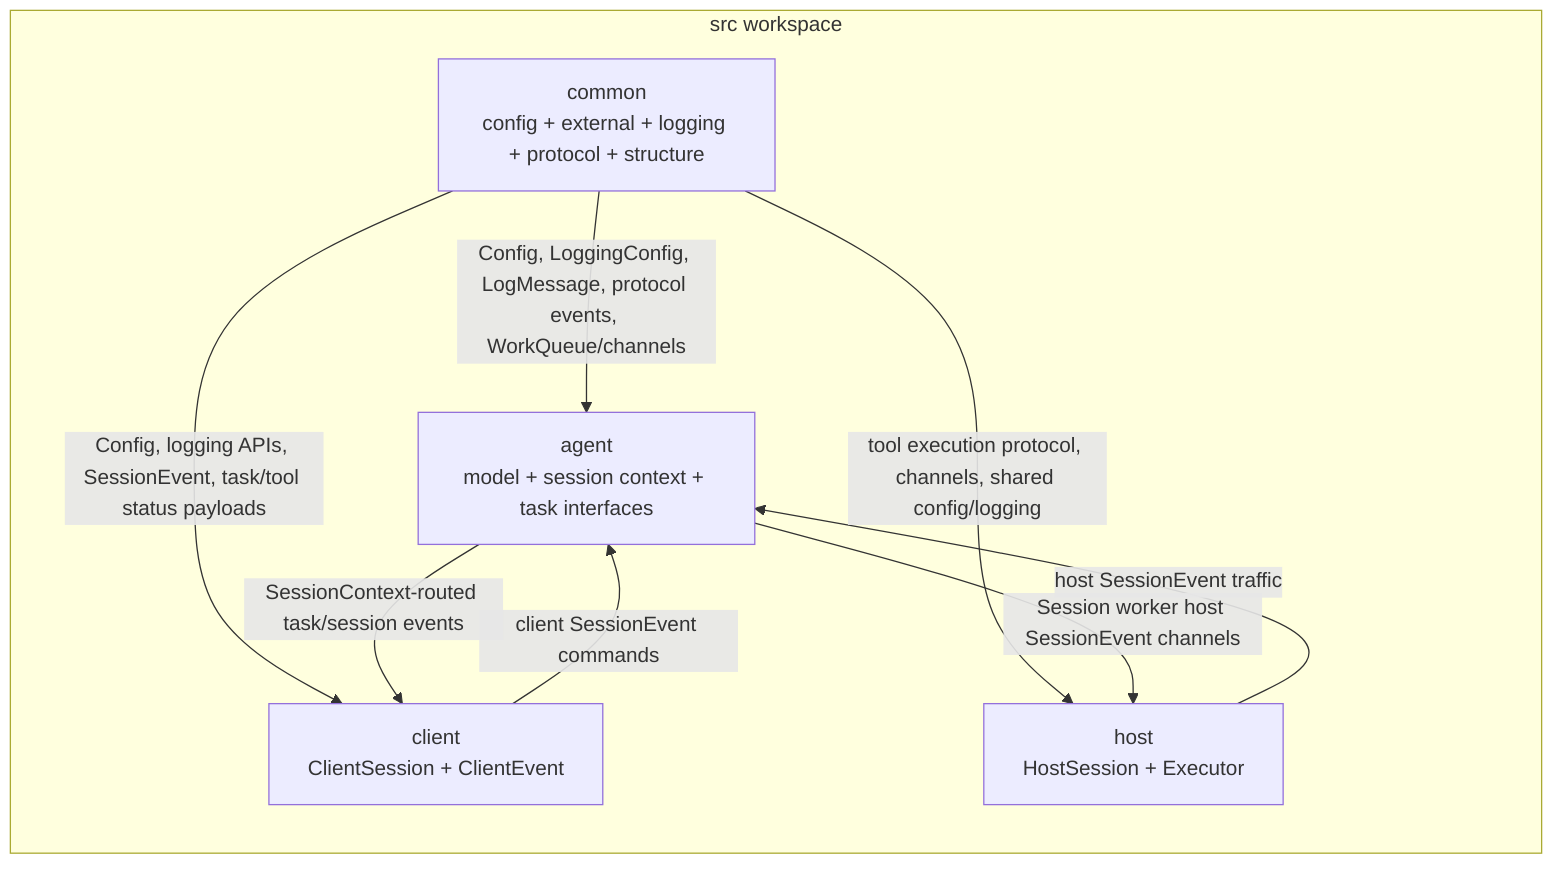
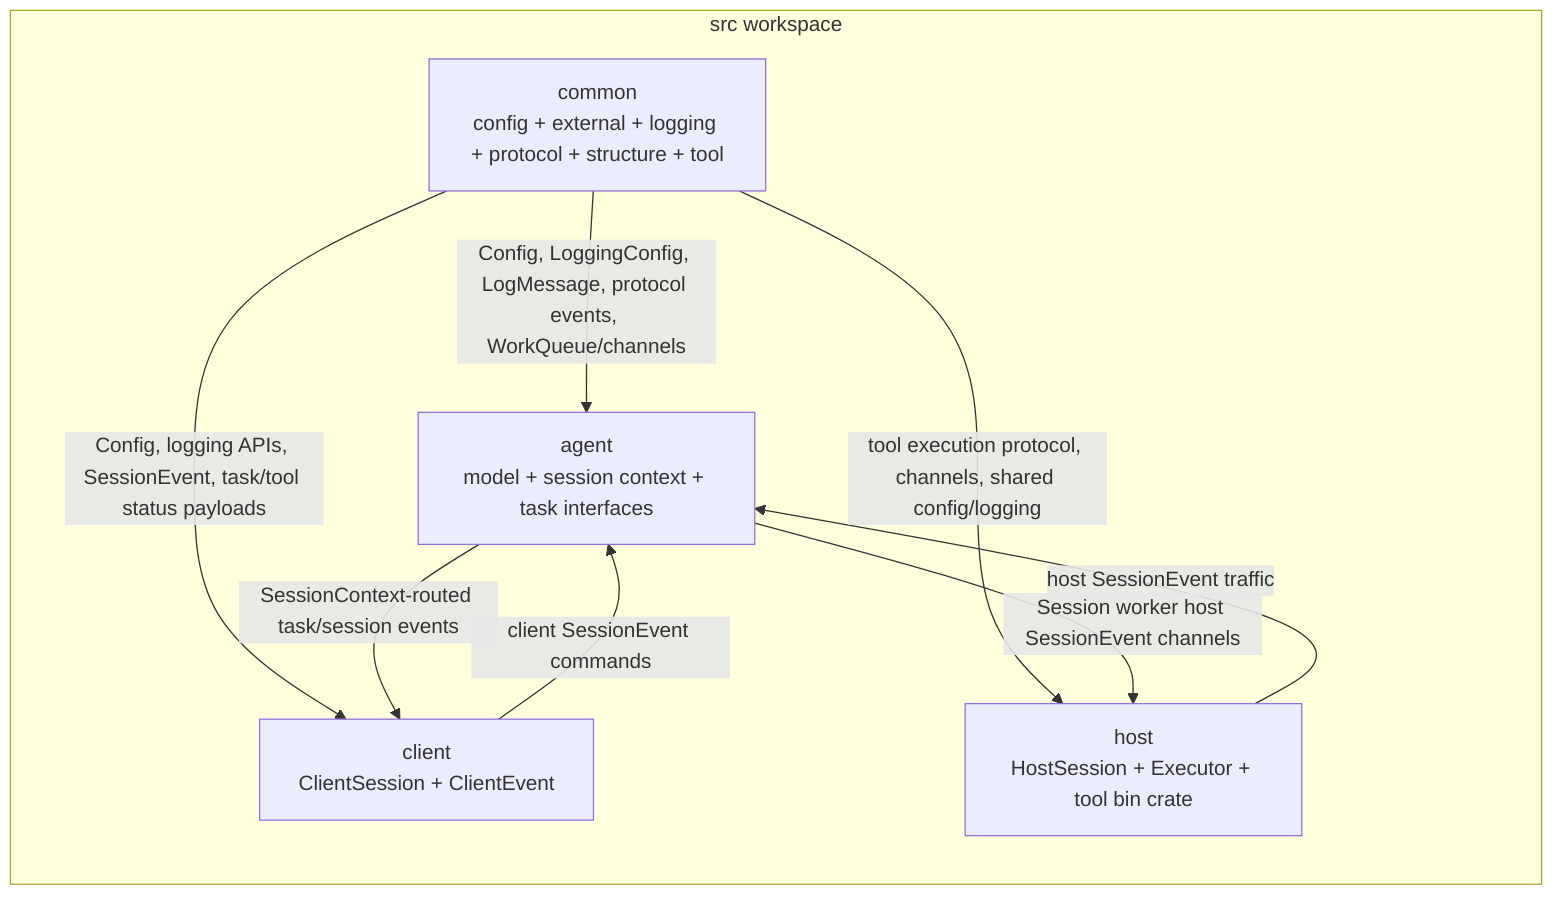
flowchart LR
  %% Flat Cargo crate layout; crate roots wire child modules while concrete APIs live below them.
  subgraph workspace[src workspace]
-     Common["common\nconfig + external + logging + protocol + structure"]
+     Common["common\nconfig + external + logging + protocol + structure + tool"]
    Agent["agent\nmodel + session context + task interfaces"]
    Client["client\nClientSession + ClientEvent"]
-     Host["host\nHostSession + Executor"]
+     Host["host\nHostSession + Executor + tool bin crate"]
  end

  Common -->|"Config, LoggingConfig, LogMessage, protocol events, WorkQueue/channels"| Agent
  Common -->|"Config, logging APIs, SessionEvent, task/tool status payloads"| Client
  Common -->|"tool execution protocol, channels, shared config/logging"| Host
  Client -->|"client SessionEvent commands"| Agent
  Agent -->|"SessionContext-routed task/session events"| Client
  Agent -->|"Session worker host SessionEvent channels"| Host
  Host -->|"host SessionEvent traffic"| Agent
